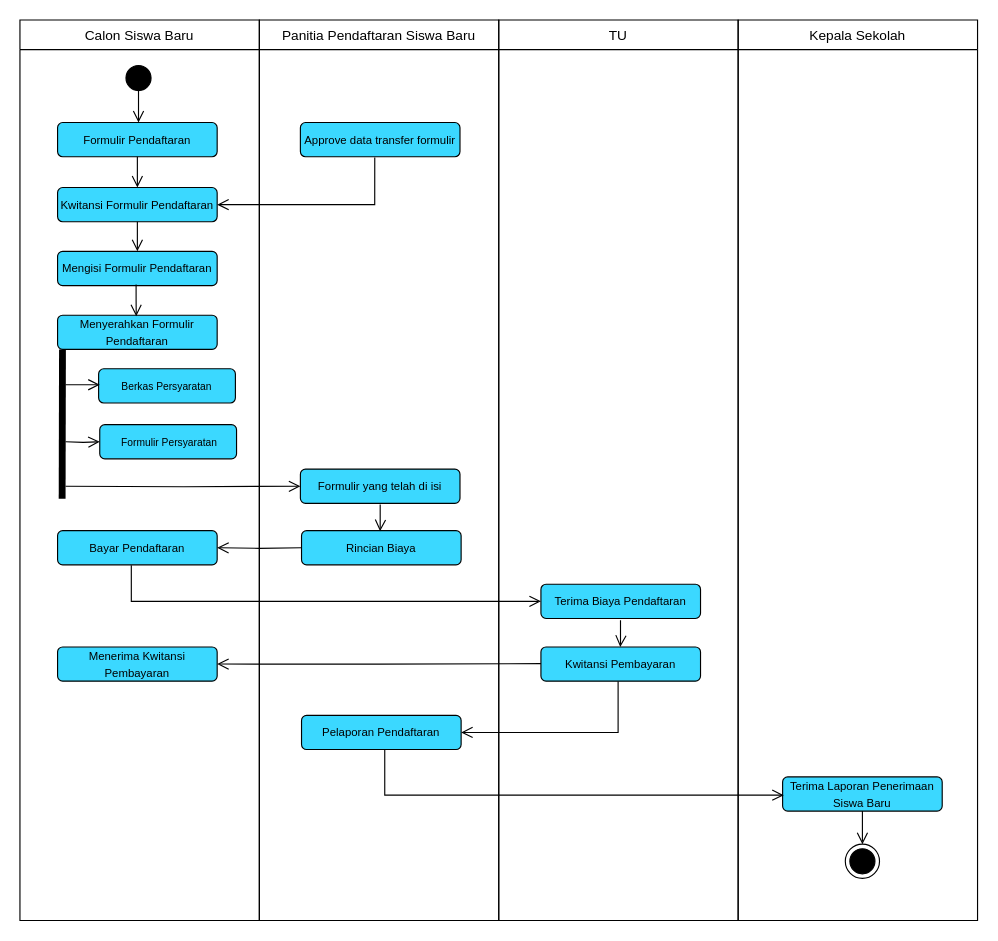
Above: activity.drawio in danangsptro/register-vhs (draw.io), before the change. Source tidied: cells renumbered, new cells numbered last; positions are measured from the earlier drawing's top-left corner, leaving out a move shared by most shapes. Both pictures are drawn from the tidied source at 114%, with x=0, y=0 at pixel (19, 19).
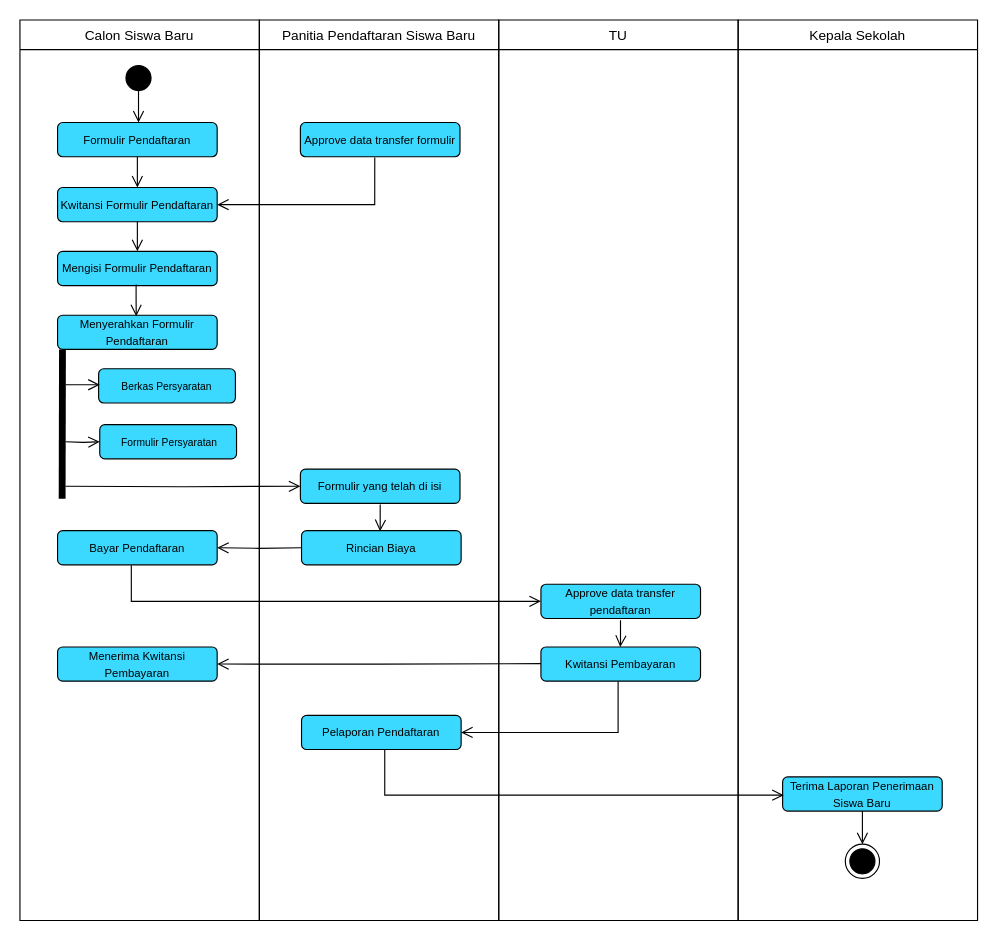
Above is the later version.

What changed in the source:
```diff
@@
-    <mxCell id="21" value="&lt;font size=&quot;1&quot;&gt;Terima Biaya Pendaftaran&lt;/font&gt;" style="rounded=1;whiteSpace=wrap;html=1;strokeColor=default;fillColor=#3BD8FF;gradientColor=none;" parent="1" vertex="1">
+    <mxCell id="21" value="&lt;font size=&quot;1&quot;&gt;Approve data transfer pendaftaran&lt;/font&gt;" style="rounded=1;whiteSpace=wrap;html=1;strokeColor=default;fillColor=#3BD8FF;gradientColor=none;" parent="1" vertex="1">
       <mxGeometry x="457" y="495" width="140" height="30" as="geometry" />
     </mxCell>
```
